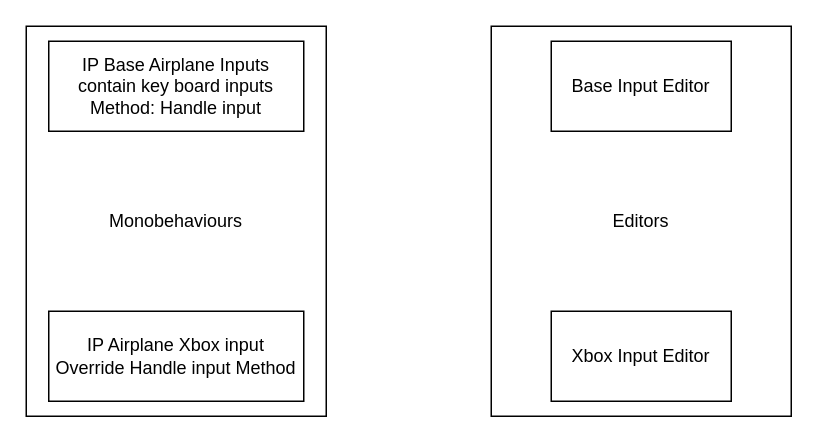
Above: IPs_Airplane.drawio in WagnerDavi/Airplane_Physics_Game (draw.io), before the change. Source tidied: cells renumbered, new cells numbered last; positions are measured from the earlier drawing's top-left corner, leaving out a move shared by most shapes. Both pictures are drawn from the tidied source at 150%, with x=0, y=0 at pixel (26, 26).
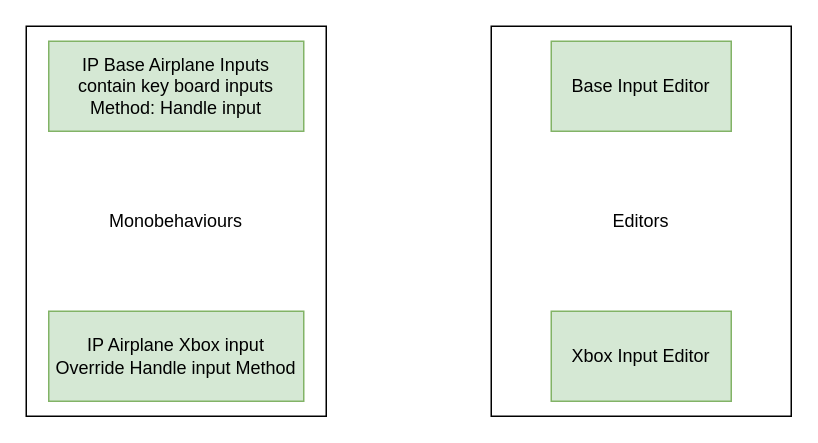
After the change.

The edit, as a diff of the source:
```diff
@@
 <mxGraphModel>
   <root>
     <mxCell id="0" />
     <mxCell id="1" parent="0" />
     <mxCell id="2" value="Editors" style="rounded=0;whiteSpace=wrap;html=1;" parent="1" vertex="1">
       <mxGeometry x="310" width="200" height="260" as="geometry" />
     </mxCell>
     <mxCell id="3" value="Monobehaviours" style="rounded=0;whiteSpace=wrap;html=1;" parent="1" vertex="1">
       <mxGeometry width="200" height="260" as="geometry" />
     </mxCell>
-    <mxCell id="4" value="IP Base Airplane Inputs&lt;br&gt;contain key board inputs&lt;br&gt;Method: Handle input&lt;br&gt;" style="rounded=0;whiteSpace=wrap;html=1;" parent="1" vertex="1">
+    <mxCell id="4" value="IP Base Airplane Inputs&lt;br&gt;contain key board inputs&lt;br&gt;Method: Handle input&lt;br&gt;" style="rounded=0;whiteSpace=wrap;html=1;fillColor=#d5e8d4;strokeColor=#82b366;" parent="1" vertex="1">
       <mxGeometry x="15" y="10" width="170" height="60" as="geometry" />
     </mxCell>
-    <mxCell id="5" value="IP Airplane Xbox input&lt;br&gt;Override Handle input Method" style="rounded=0;whiteSpace=wrap;html=1;" parent="1" vertex="1">
+    <mxCell id="5" value="IP Airplane Xbox input&lt;br&gt;Override Handle input Method" style="rounded=0;whiteSpace=wrap;html=1;fillColor=#d5e8d4;strokeColor=#82b366;" parent="1" vertex="1">
       <mxGeometry x="15" y="190" width="170" height="60" as="geometry" />
     </mxCell>
-    <mxCell id="6" value="Base Input Editor" style="rounded=0;whiteSpace=wrap;html=1;" parent="1" vertex="1">
+    <mxCell id="6" value="Base Input Editor" style="rounded=0;whiteSpace=wrap;html=1;fillColor=#d5e8d4;strokeColor=#82b366;" parent="1" vertex="1">
       <mxGeometry x="350" y="10" width="120" height="60" as="geometry" />
     </mxCell>
-    <mxCell id="7" value="Xbox Input Editor" style="rounded=0;whiteSpace=wrap;html=1;" parent="1" vertex="1">
+    <mxCell id="7" value="Xbox Input Editor" style="rounded=0;whiteSpace=wrap;html=1;fillColor=#d5e8d4;strokeColor=#82b366;" parent="1" vertex="1">
       <mxGeometry x="350" y="190" width="120" height="60" as="geometry" />
     </mxCell>
   </root>
 </mxGraphModel>
```
